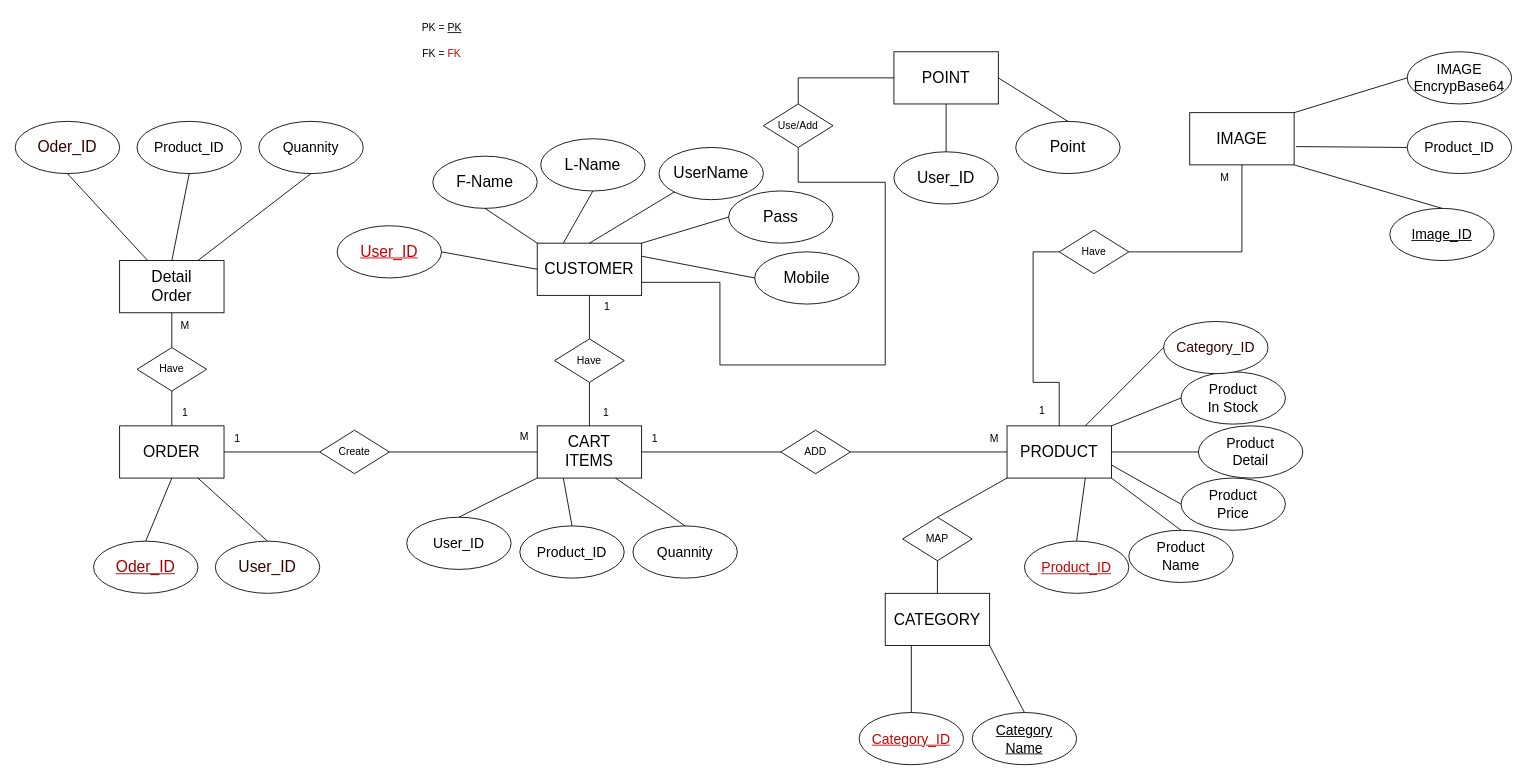
Above: แบบแผนที่ยังไม่ได้ตั้งชื่อ.drawio in Han-Wanburhan/Playtorium-Assignment-Backend (draw.io), before the change. Source tidied: cells renumbered, new cells numbered last; positions are measured from the earlier drawing's top-left corner, leaving out a move shared by most shapes. Both pictures are drawn from the tidied source at 87%, with x=0, y=0 at pixel (15, 15).
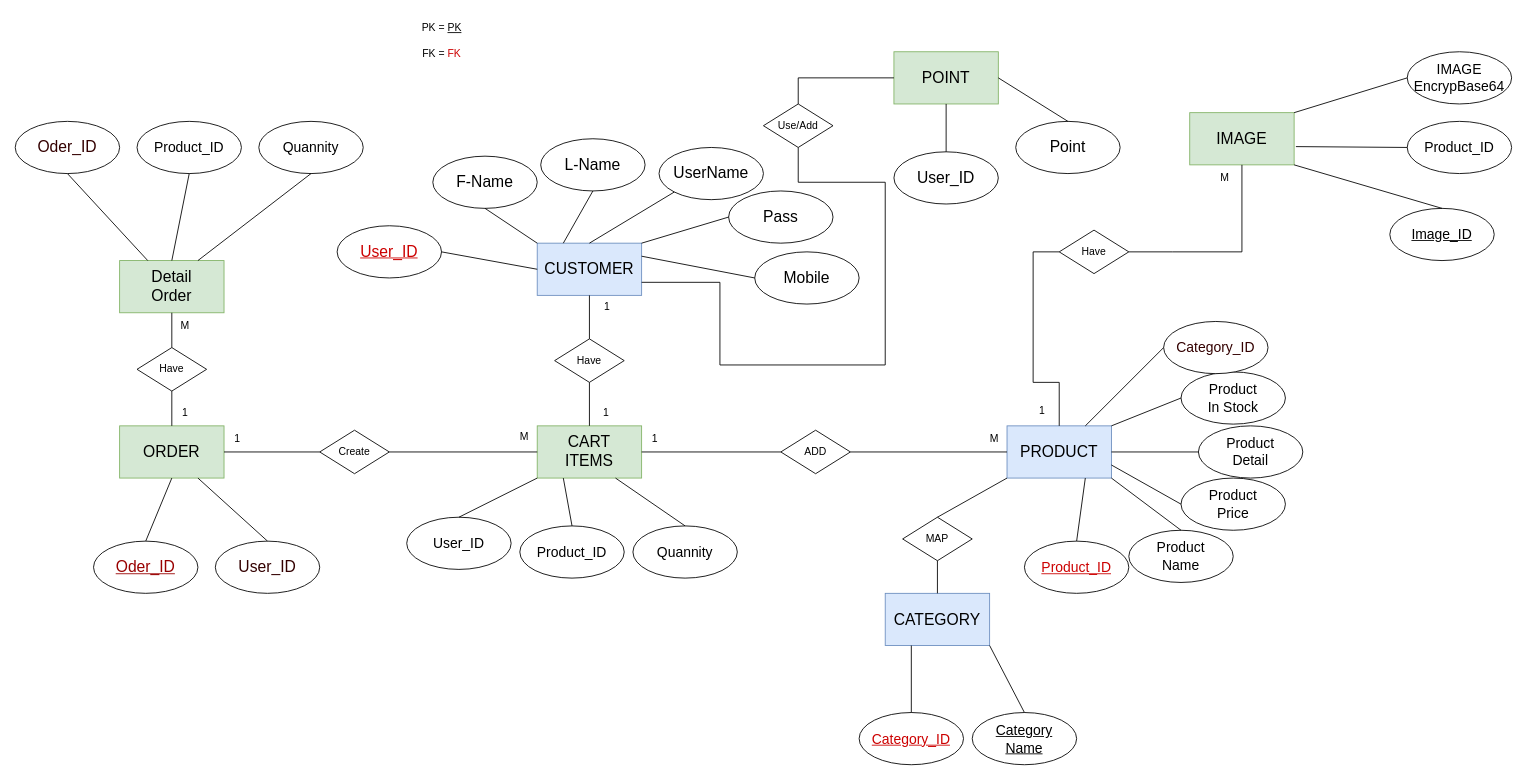
The same diagram, later.

The edit, as a diff of the source:
```diff
@@
-    <mxCell id="2" value="&lt;font style=&quot;font-size: 18px;&quot;&gt;CUSTOMER&lt;/font&gt;" style="rounded=0;whiteSpace=wrap;html=1;strokeWidth=1;" parent="1" vertex="1">
+    <mxCell id="2" value="&lt;font style=&quot;font-size: 18px;&quot;&gt;CUSTOMER&lt;/font&gt;" style="rounded=0;whiteSpace=wrap;html=1;strokeWidth=1;fillColor=#dae8fc;strokeColor=#6c8ebf;" parent="1" vertex="1">
       <mxGeometry x="600" y="262" width="120" height="60" as="geometry" />
     </mxCell>
@@
-    <mxCell id="13" value="&lt;font style=&quot;font-size: 18px;&quot;&gt;CART&lt;br&gt;ITEMS&lt;br&gt;&lt;/font&gt;" style="rounded=0;whiteSpace=wrap;html=1;strokeWidth=1;" parent="1" vertex="1">
+    <mxCell id="13" value="&lt;font style=&quot;font-size: 18px;&quot;&gt;CART&lt;br&gt;ITEMS&lt;br&gt;&lt;/font&gt;" style="rounded=0;whiteSpace=wrap;html=1;strokeWidth=1;fillColor=#d5e8d4;strokeColor=#82b366;" parent="1" vertex="1">
       <mxGeometry x="600" y="472" width="120" height="60" as="geometry" />
     </mxCell>
@@
-    <mxCell id="21" value="&lt;font style=&quot;font-size: 18px;&quot;&gt;PRODUCT&lt;/font&gt;" style="rounded=0;whiteSpace=wrap;html=1;strokeWidth=1;" parent="1" vertex="1">
+    <mxCell id="21" value="&lt;font style=&quot;font-size: 18px;&quot;&gt;PRODUCT&lt;/font&gt;" style="rounded=0;whiteSpace=wrap;html=1;strokeWidth=1;fillColor=#dae8fc;strokeColor=#6c8ebf;" parent="1" vertex="1">
       <mxGeometry x="1140" y="472" width="120" height="60" as="geometry" />
     </mxCell>
@@
-    <mxCell id="29" value="&lt;font style=&quot;font-size: 18px;&quot;&gt;CATEGORY&lt;/font&gt;" style="rounded=0;whiteSpace=wrap;html=1;strokeWidth=1;" parent="1" vertex="1">
+    <mxCell id="29" value="&lt;font style=&quot;font-size: 18px;&quot;&gt;CATEGORY&lt;/font&gt;" style="rounded=0;whiteSpace=wrap;html=1;strokeWidth=1;fillColor=#dae8fc;strokeColor=#6c8ebf;" parent="1" vertex="1">
       <mxGeometry x="1000" y="664.5" width="120" height="60" as="geometry" />
     </mxCell>
@@
-    <mxCell id="40" value="&lt;font style=&quot;font-size: 18px;&quot;&gt;IMAGE&lt;/font&gt;" style="rounded=0;whiteSpace=wrap;html=1;strokeWidth=1;" parent="1" vertex="1">
+    <mxCell id="40" value="&lt;font style=&quot;font-size: 18px;&quot;&gt;IMAGE&lt;/font&gt;" style="rounded=0;whiteSpace=wrap;html=1;strokeWidth=1;fillColor=#d5e8d4;strokeColor=#82b366;" parent="1" vertex="1">
       <mxGeometry x="1350" y="112" width="120" height="60" as="geometry" />
     </mxCell>
-    <mxCell id="41" value="&lt;font style=&quot;font-size: 18px;&quot;&gt;POINT&lt;/font&gt;" style="rounded=0;whiteSpace=wrap;html=1;strokeWidth=1;" parent="1" vertex="1">
+    <mxCell id="41" value="&lt;font style=&quot;font-size: 18px;&quot;&gt;POINT&lt;/font&gt;" style="rounded=0;whiteSpace=wrap;html=1;strokeWidth=1;fillColor=#d5e8d4;strokeColor=#82b366;" parent="1" vertex="1">
       <mxGeometry x="1010" y="42" width="120" height="60" as="geometry" />
     </mxCell>
@@
-    <mxCell id="75" value="&lt;font style=&quot;font-size: 18px;&quot;&gt;ORDER&lt;/font&gt;" style="rounded=0;whiteSpace=wrap;html=1;strokeWidth=1;" parent="1" vertex="1">
+    <mxCell id="75" value="&lt;font style=&quot;font-size: 18px;&quot;&gt;ORDER&lt;/font&gt;" style="rounded=0;whiteSpace=wrap;html=1;strokeWidth=1;fillColor=#d5e8d4;strokeColor=#82b366;" parent="1" vertex="1">
       <mxGeometry x="120" y="472" width="120" height="60" as="geometry" />
     </mxCell>
@@
-    <mxCell id="80" value="&lt;font style=&quot;font-size: 18px;&quot;&gt;Detail&lt;br&gt;Order&lt;br&gt;&lt;/font&gt;" style="rounded=0;whiteSpace=wrap;html=1;strokeWidth=1;" parent="1" vertex="1">
+    <mxCell id="80" value="&lt;font style=&quot;font-size: 18px;&quot;&gt;Detail&lt;br&gt;Order&lt;br&gt;&lt;/font&gt;" style="rounded=0;whiteSpace=wrap;html=1;strokeWidth=1;fillColor=#d5e8d4;strokeColor=#82b366;" parent="1" vertex="1">
       <mxGeometry x="120" y="282" width="120" height="60" as="geometry" />
     </mxCell>
```
